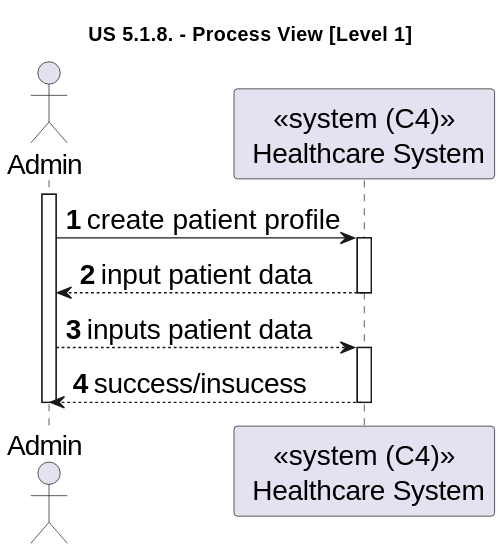
Earlier version of the PlantUML export docs/sprint-2/1220841/us-6.2.6/diagrams/level-1-process-view.svg (rita-barbosa/LAPR5-2425). Source of this version:
```plantuml
@startuml
skinparamlocked defaultFontSize 20

title "US 5.1.8. - Process View [Level 1]"

autonumber

actor Admin as ADM
participant "<<system (C4)>>\n Healthcare System" as SYS

activate ADM
ADM -> SYS : create patient profile
activate SYS

SYS --> ADM :  input patient data
deactivate SYS

ADM --> SYS : inputs patient data
activate SYS

SYS --> ADM : success/insucess
deactivate SYS
deactivate ADM
@enduml
```
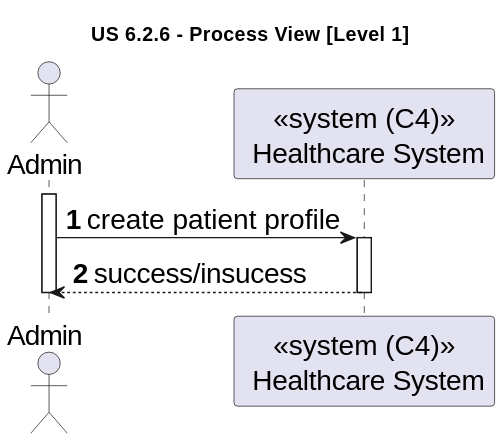
Later version of the same file.

Commit message:
DG38-402 | docs: updates process view diagrams.

The edit, as a diff of the source:
```diff
@@ -1,7 +1,7 @@
 @startuml
 skinparamlocked defaultFontSize 20
 
-title "US 5.1.8. - Process View [Level 1]"
+title "US 6.2.6 - Process View [Level 1]"
 
 autonumber
 
@@ -12,12 +12,6 @@
 ADM -> SYS : create patient profile
 activate SYS
 
-SYS --> ADM :  input patient data
-deactivate SYS
-
-ADM --> SYS : inputs patient data
-activate SYS
-
 SYS --> ADM : success/insucess
 deactivate SYS
 deactivate ADM
```
